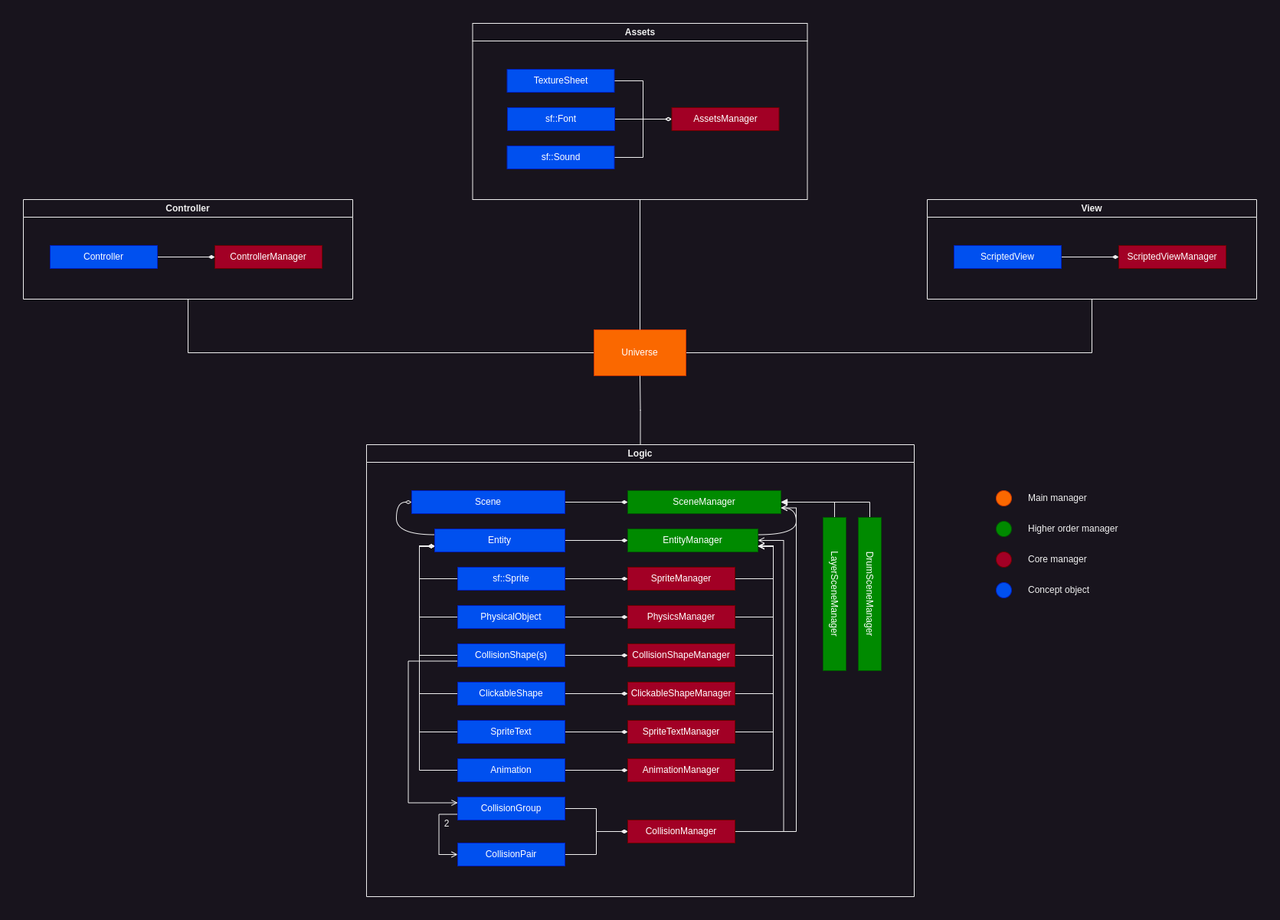
codeandjoy/SGE keeps this draw.io diagram as notes/Engine.drawio.png. Above is the earlier version. Source tidied: cells renumbered, new cells last; positions are measured from the earlier drawing's top-left corner, leaving out a move shared by most shapes.
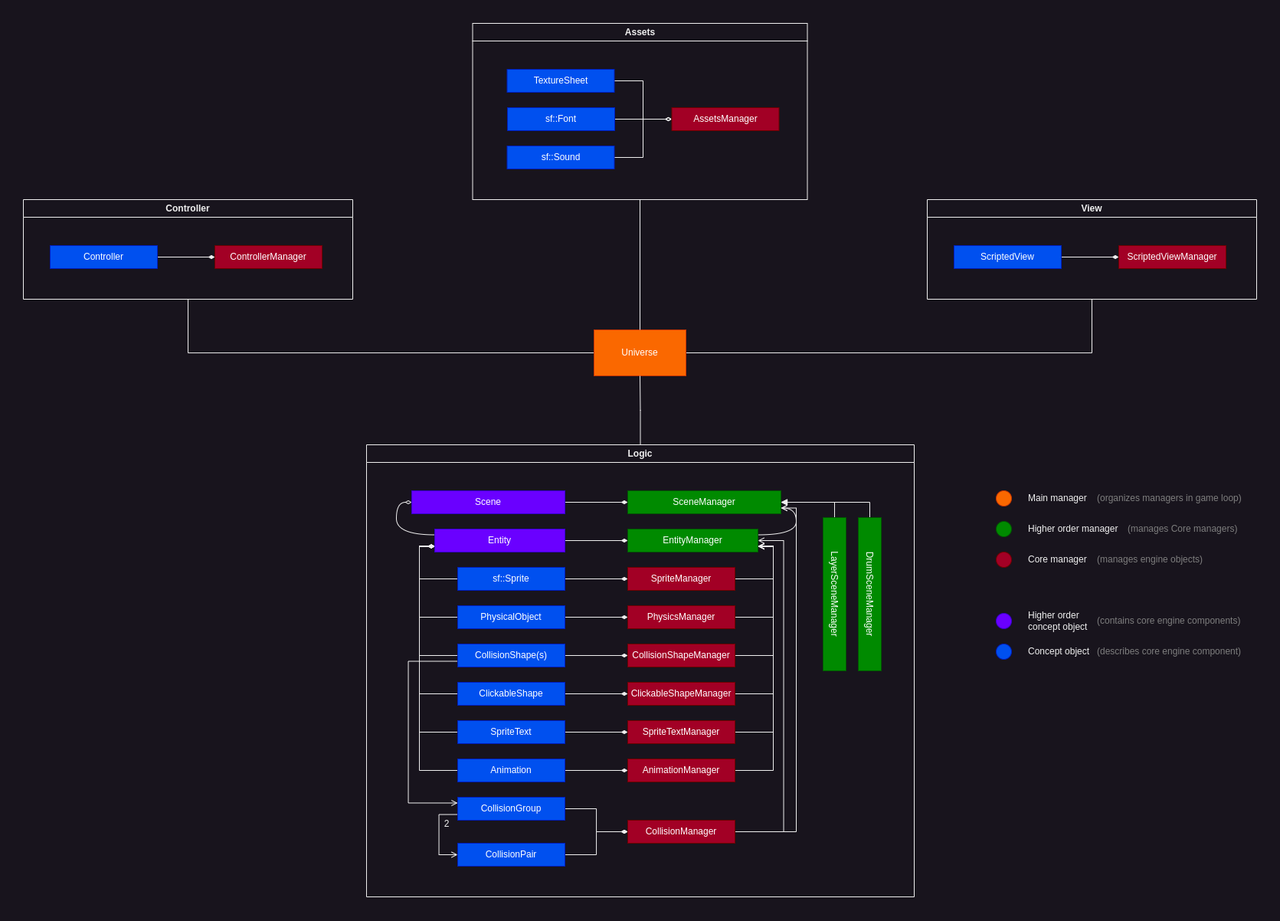
After the commit.

What changed in the source:
```diff
@@ -20,7 +20,7 @@
     <mxCell id="7" style="edgeStyle=orthogonalEdgeStyle;rounded=0;jettySize=auto;html=1;exitX=1;exitY=0.5;exitDx=0;exitDy=0;entryX=0;entryY=0.5;entryDx=0;entryDy=0;endArrow=diamondThin;endFill=1;" parent="6" edge="1" source="8" target="31">
       <mxGeometry relative="1" as="geometry" />
     </mxCell>
-    <mxCell id="8" value="Scene" style="rounded=0;whiteSpace=wrap;html=1;fillColor=#0050ef;fontColor=#ffffff;strokeColor=#001DBC;" parent="6" vertex="1">
+    <mxCell id="8" value="Scene" style="rounded=0;whiteSpace=wrap;html=1;fillColor=#6a00ff;fontColor=#ffffff;strokeColor=#3700CC;" parent="6" vertex="1">
       <mxGeometry x="59" y="60" width="200" height="30" as="geometry" />
     </mxCell>
     <mxCell id="9" style="edgeStyle=orthogonalEdgeStyle;rounded=0;jettySize=auto;html=1;exitX=0;exitY=0.25;exitDx=0;exitDy=0;entryX=0;entryY=0.5;entryDx=0;entryDy=0;curved=1;endArrow=diamondThin;endFill=0;" parent="6" edge="1" source="11" target="8">
@@ -29,7 +29,7 @@
     <mxCell id="10" style="edgeStyle=orthogonalEdgeStyle;rounded=0;jettySize=auto;html=1;exitX=1;exitY=0.5;exitDx=0;exitDy=0;entryX=0;entryY=0.5;entryDx=0;entryDy=0;endArrow=diamondThin;endFill=1;" parent="6" edge="1" source="11" target="33">
       <mxGeometry relative="1" as="geometry" />
     </mxCell>
-    <mxCell id="11" value="Entity" style="rounded=0;whiteSpace=wrap;html=1;fillColor=#0050ef;fontColor=#ffffff;strokeColor=#001DBC;" parent="6" vertex="1">
+    <mxCell id="11" value="Entity" style="rounded=0;whiteSpace=wrap;html=1;fillColor=#6a00ff;fontColor=#ffffff;strokeColor=#3700CC;" parent="6" vertex="1">
       <mxGeometry x="89" y="110" width="170" height="30" as="geometry" />
     </mxCell>
     <mxCell id="12" style="edgeStyle=orthogonalEdgeStyle;rounded=0;jettySize=auto;html=1;exitX=0;exitY=0.5;exitDx=0;exitDy=0;entryX=0;entryY=0.75;entryDx=0;entryDy=0;endArrow=diamondThin;endFill=1;" parent="6" edge="1" source="14" target="11">
@@ -234,7 +234,7 @@
       <mxGeometry x="1270" y="650" width="20" height="20" as="geometry" />
     </mxCell>
     <mxCell id="74" style="ellipse;whiteSpace=wrap;html=1;fillColor=#0050ef;fontColor=#ffffff;strokeColor=#001DBC;" parent="1" vertex="1">
-      <mxGeometry x="1270" y="730" width="20" height="20" as="geometry" />
+      <mxGeometry x="1270" y="810" width="20" height="20" as="geometry" />
     </mxCell>
     <mxCell id="75" value="Core manager" style="text;html=1;strokeColor=none;fillColor=none;align=left;verticalAlign=middle;whiteSpace=wrap;rounded=0;" parent="1" vertex="1">
       <mxGeometry x="1310" y="685" width="100" height="30" as="geometry" />
@@ -243,7 +243,7 @@
       <mxGeometry x="1310" y="645" width="130" height="30" as="geometry" />
     </mxCell>
     <mxCell id="77" value="Concept object" style="text;html=1;strokeColor=none;fillColor=none;align=left;verticalAlign=middle;whiteSpace=wrap;rounded=0;" parent="1" vertex="1">
-      <mxGeometry x="1310" y="725" width="100" height="30" as="geometry" />
+      <mxGeometry x="1310" y="805" width="100" height="30" as="geometry" />
     </mxCell>
     <mxCell id="78" style="ellipse;whiteSpace=wrap;html=1;fillColor=#fa6800;fontColor=#000000;strokeColor=#C73500;" parent="1" vertex="1">
       <mxGeometry x="1270" y="610" width="20" height="20" as="geometry" />
@@ -263,5 +263,26 @@
     <mxCell id="83" value="ControllerManager" style="rounded=0;whiteSpace=wrap;html=1;fillColor=#a20025;fontColor=#ffffff;strokeColor=#6F0000;" parent="80" vertex="1">
       <mxGeometry x="250" y="60" width="140" height="30" as="geometry" />
     </mxCell>
+    <mxCell id="84" value="&lt;font color=&quot;#7d7d7d&quot;&gt;(manages Core managers)&lt;/font&gt;" style="text;html=1;strokeColor=none;fillColor=none;align=left;verticalAlign=middle;whiteSpace=wrap;rounded=0;" parent="1" vertex="1">
+      <mxGeometry x="1440" y="645" width="150" height="30" as="geometry" />
+    </mxCell>
+    <mxCell id="85" value="&lt;font color=&quot;#7d7d7d&quot;&gt;(organizes managers in game loop)&lt;/font&gt;" style="text;html=1;strokeColor=none;fillColor=none;align=left;verticalAlign=middle;whiteSpace=wrap;rounded=0;" parent="1" vertex="1">
+      <mxGeometry x="1400" y="605" width="200" height="30" as="geometry" />
+    </mxCell>
+    <mxCell id="86" value="&lt;font color=&quot;#7d7d7d&quot;&gt;(manages engine objects)&lt;/font&gt;" style="text;html=1;strokeColor=none;fillColor=none;align=left;verticalAlign=middle;whiteSpace=wrap;rounded=0;" parent="1" vertex="1">
+      <mxGeometry x="1400" y="685" width="200" height="30" as="geometry" />
+    </mxCell>
+    <mxCell id="87" value="&lt;font color=&quot;#7d7d7d&quot;&gt;(describes core engine component)&lt;/font&gt;" style="text;html=1;strokeColor=none;fillColor=none;align=left;verticalAlign=middle;whiteSpace=wrap;rounded=0;" parent="1" vertex="1">
+      <mxGeometry x="1400" y="805" width="200" height="30" as="geometry" />
+    </mxCell>
+    <mxCell id="88" style="ellipse;whiteSpace=wrap;html=1;fillColor=#6a00ff;fontColor=#ffffff;strokeColor=#3700CC;" parent="1" vertex="1">
+      <mxGeometry x="1270" y="770" width="20" height="20" as="geometry" />
+    </mxCell>
+    <mxCell id="89" value="Higher order concept object" style="text;html=1;strokeColor=none;fillColor=none;align=left;verticalAlign=middle;whiteSpace=wrap;rounded=0;" parent="1" vertex="1">
+      <mxGeometry x="1310" y="765" width="100" height="30" as="geometry" />
+    </mxCell>
+    <mxCell id="90" value="&lt;font color=&quot;#7d7d7d&quot;&gt;(contains core engine components)&lt;/font&gt;" style="text;html=1;strokeColor=none;fillColor=none;align=left;verticalAlign=middle;whiteSpace=wrap;rounded=0;" parent="1" vertex="1">
+      <mxGeometry x="1400" y="765" width="200" height="30" as="geometry" />
+    </mxCell>
   </root>
 </mxGraphModel>
```
